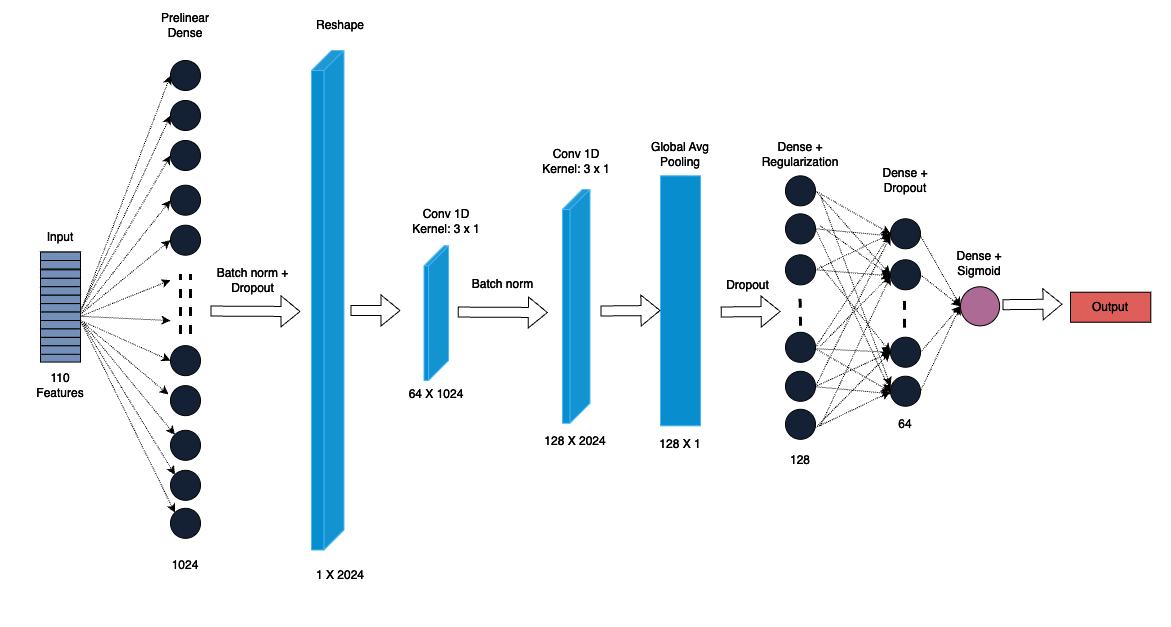
Before: files/cnn_diagram.png, a diagram exported from draw.io (vedantMahangade/DeepLearning-Based-Covid-Metabolomics). Source tidied: cells renumbered, new cells last; positions are measured from the earlier drawing's top-left corner, leaving out a move shared by most shapes.
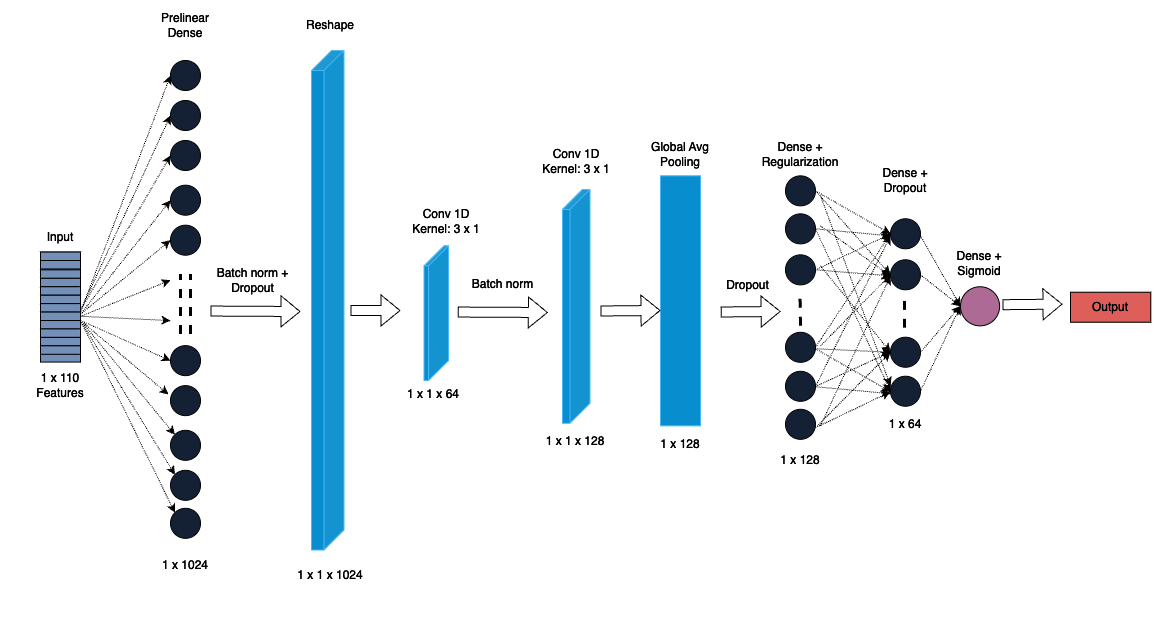
Above is the later version.

Change to the diagram source:
```diff
@@ -11,7 +11,7 @@
     <mxCell id="4" style="shape=cube;whiteSpace=wrap;html=1;boundedLbl=1;backgroundOutline=1;darkOpacity=0.05;darkOpacity2=0.1;rotation=90;fillColor=#1ba1e2;strokeColor=#006EAF;fontColor=#ffffff;" parent="1" vertex="1">
       <mxGeometry x="77.5" y="283.5" width="499.4" height="32.5" as="geometry" />
     </mxCell>
-    <mxCell id="5" value="&lt;font color=&quot;#ffffff&quot;&gt;110 Features&lt;/font&gt;" style="text;html=1;align=center;verticalAlign=middle;whiteSpace=wrap;rounded=0;rotation=0;" parent="1" vertex="1">
+    <mxCell id="5" value="&lt;font color=&quot;#ffffff&quot;&gt;1 x 110 Features&lt;/font&gt;" style="text;html=1;align=center;verticalAlign=middle;whiteSpace=wrap;rounded=0;rotation=0;" parent="1" vertex="1">
       <mxGeometry x="30" y="370" width="60" height="30" as="geometry" />
     </mxCell>
     <mxCell id="6" style="rounded=0;whiteSpace=wrap;html=1;fillColor=#59759E;strokeColor=#FFFFFF;" parent="1" vertex="1">
@@ -144,17 +144,17 @@
     <mxCell id="42" value="&lt;font color=&quot;#ffffff&quot;&gt;Prelinear Dense&lt;/font&gt;" style="text;html=1;align=center;verticalAlign=middle;whiteSpace=wrap;rounded=0;" parent="1" vertex="1">
       <mxGeometry x="155" y="10" width="60" height="30" as="geometry" />
     </mxCell>
-    <mxCell id="43" value="&lt;font color=&quot;#ffffff&quot;&gt;1024&lt;/font&gt;" style="text;html=1;align=center;verticalAlign=middle;whiteSpace=wrap;rounded=0;rotation=0;" parent="1" vertex="1">
+    <mxCell id="43" value="&lt;font color=&quot;#ffffff&quot;&gt;1 x 1024&lt;/font&gt;" style="text;html=1;align=center;verticalAlign=middle;whiteSpace=wrap;rounded=0;rotation=0;" parent="1" vertex="1">
       <mxGeometry x="155" y="550" width="60" height="30" as="geometry" />
     </mxCell>
     <mxCell id="44" value="&lt;font color=&quot;#ffffff&quot;&gt;Batch norm + Dropout&lt;/font&gt;" style="text;html=1;align=center;verticalAlign=middle;whiteSpace=wrap;rounded=0;" parent="1" vertex="1">
       <mxGeometry x="215" y="264.7" width="75" height="30" as="geometry" />
     </mxCell>
     <mxCell id="45" value="&lt;font color=&quot;#ffffff&quot;&gt;Reshape&lt;/font&gt;" style="text;html=1;align=center;verticalAlign=middle;whiteSpace=wrap;rounded=0;" parent="1" vertex="1">
-      <mxGeometry x="309.7" y="10" width="60" height="30" as="geometry" />
+      <mxGeometry x="300" y="10" width="60" height="30" as="geometry" />
     </mxCell>
-    <mxCell id="46" value="&lt;font color=&quot;#ffffff&quot;&gt;1 X 2024&lt;/font&gt;" style="text;html=1;align=center;verticalAlign=middle;whiteSpace=wrap;rounded=0;rotation=0;" parent="1" vertex="1">
-      <mxGeometry x="310" y="560" width="60" height="30" as="geometry" />
+    <mxCell id="46" value="&lt;font color=&quot;#ffffff&quot;&gt;1 x 1 x 1024&lt;/font&gt;" style="text;html=1;align=center;verticalAlign=middle;whiteSpace=wrap;rounded=0;rotation=0;" parent="1" vertex="1">
+      <mxGeometry x="290" y="560" width="80" height="30" as="geometry" />
     </mxCell>
     <mxCell id="47" style="shape=cube;whiteSpace=wrap;html=1;boundedLbl=1;backgroundOutline=1;darkOpacity=0.05;darkOpacity2=0.1;rotation=90;fillColor=#1ba1e2;strokeColor=#006EAF;fontColor=#ffffff;" parent="1" vertex="1">
       <mxGeometry x="368.4" y="300.5" width="134.7" height="24.4" as="geometry" />
@@ -168,8 +168,8 @@
     <mxCell id="49" value="&lt;font color=&quot;#ffffff&quot;&gt;Conv 1D&lt;/font&gt;&lt;div&gt;&lt;font color=&quot;#ffffff&quot;&gt;Kernel: 3 x 1&lt;/font&gt;&lt;/div&gt;" style="text;html=1;align=center;verticalAlign=middle;whiteSpace=wrap;rounded=0;" parent="1" vertex="1">
       <mxGeometry x="405.8" y="206" width="80.3" height="30" as="geometry" />
     </mxCell>
-    <mxCell id="50" value="&lt;font color=&quot;#ffffff&quot;&gt;64 X 1024&lt;/font&gt;" style="text;html=1;align=center;verticalAlign=middle;whiteSpace=wrap;rounded=0;rotation=0;" parent="1" vertex="1">
-      <mxGeometry x="405.8" y="379.4" width="60" height="30" as="geometry" />
+    <mxCell id="50" value="&lt;font color=&quot;#ffffff&quot;&gt;1 x 1 x 64&lt;/font&gt;" style="text;html=1;align=center;verticalAlign=middle;whiteSpace=wrap;rounded=0;rotation=0;" parent="1" vertex="1">
+      <mxGeometry x="400" y="379.4" width="65.8" height="30" as="geometry" />
     </mxCell>
     <mxCell id="51" style="shape=cube;whiteSpace=wrap;html=1;boundedLbl=1;backgroundOutline=1;darkOpacity=0.05;darkOpacity2=0.1;rotation=90;fillColor=#1ba1e2;strokeColor=#006EAF;fontColor=#ffffff;" parent="1" vertex="1">
       <mxGeometry x="458.8" y="292.1" width="233.9" height="27.5" as="geometry" />
@@ -177,7 +177,7 @@
     <mxCell id="52" value="&lt;font color=&quot;#ffffff&quot;&gt;Conv 1D&lt;/font&gt;&lt;div&gt;&lt;font color=&quot;#ffffff&quot;&gt;Kernel: 3 x 1&lt;/font&gt;&lt;/div&gt;" style="text;html=1;align=center;verticalAlign=middle;whiteSpace=wrap;rounded=0;" parent="1" vertex="1">
       <mxGeometry x="535.5" y="146" width="80.3" height="30" as="geometry" />
     </mxCell>
-    <mxCell id="53" value="&lt;font color=&quot;#ffffff&quot;&gt;128 X 2024&lt;/font&gt;" style="text;html=1;align=center;verticalAlign=middle;whiteSpace=wrap;rounded=0;rotation=0;" parent="1" vertex="1">
+    <mxCell id="53" value="&lt;font color=&quot;#ffffff&quot;&gt;1 x 1 x 128&lt;/font&gt;" style="text;html=1;align=center;verticalAlign=middle;whiteSpace=wrap;rounded=0;rotation=0;" parent="1" vertex="1">
       <mxGeometry x="539.9" y="426" width="70.3" height="30" as="geometry" />
     </mxCell>
     <mxCell id="54" style="shape=flexArrow;endArrow=classic;html=1;rounded=0;strokeColor=#FFFFFF;" parent="1" edge="1">
@@ -210,7 +210,7 @@
     <mxCell id="60" value="&lt;font color=&quot;#ffffff&quot;&gt;Dropout&lt;/font&gt;" style="text;html=1;align=center;verticalAlign=middle;whiteSpace=wrap;rounded=0;" parent="1" vertex="1">
       <mxGeometry x="710" y="270.3" width="75" height="30" as="geometry" />
     </mxCell>
-    <mxCell id="61" value="&lt;font color=&quot;#ffffff&quot;&gt;128 X 1&lt;/font&gt;" style="text;html=1;align=center;verticalAlign=middle;whiteSpace=wrap;rounded=0;rotation=0;" parent="1" vertex="1">
+    <mxCell id="61" value="&lt;font color=&quot;#ffffff&quot;&gt;1 x 128&lt;/font&gt;" style="text;html=1;align=center;verticalAlign=middle;whiteSpace=wrap;rounded=0;rotation=0;" parent="1" vertex="1">
       <mxGeometry x="644.8" y="429.2" width="70.3" height="30" as="geometry" />
     </mxCell>
     <mxCell id="62" style="ellipse;whiteSpace=wrap;html=1;fillColor=#D4E1F5;strokeColor=#FFFFFF;" parent="1" vertex="1">
@@ -231,7 +231,7 @@
     <mxCell id="67" style="ellipse;whiteSpace=wrap;html=1;fillColor=#D4E1F5;strokeColor=#FFFFFF;" parent="1" vertex="1">
       <mxGeometry x="785" y="175.3" width="30" height="30" as="geometry" />
     </mxCell>
-    <mxCell id="68" value="&lt;font color=&quot;#ffffff&quot;&gt;128&lt;/font&gt;" style="text;html=1;align=center;verticalAlign=middle;whiteSpace=wrap;rounded=0;rotation=0;" parent="1" vertex="1">
+    <mxCell id="68" value="&lt;font color=&quot;#ffffff&quot;&gt;1 x 128&lt;/font&gt;" style="text;html=1;align=center;verticalAlign=middle;whiteSpace=wrap;rounded=0;rotation=0;" parent="1" vertex="1">
       <mxGeometry x="770" y="445.4" width="60" height="30" as="geometry" />
     </mxCell>
     <mxCell id="69" value="&lt;font color=&quot;#ffffff&quot;&gt;Dense + Regularization&lt;/font&gt;" style="text;html=1;align=center;verticalAlign=middle;whiteSpace=wrap;rounded=0;" parent="1" vertex="1">
@@ -394,7 +394,7 @@
     <mxCell id="104" value="&lt;font color=&quot;#ffffff&quot;&gt;Dense +&lt;/font&gt;&lt;div&gt;&lt;font color=&quot;#ffffff&quot;&gt;Sigmoid&lt;/font&gt;&lt;/div&gt;" style="text;html=1;align=center;verticalAlign=middle;whiteSpace=wrap;rounded=0;" parent="1" vertex="1">
       <mxGeometry x="939.4" y="248.3" width="80.3" height="30" as="geometry" />
     </mxCell>
-    <mxCell id="105" value="&lt;font color=&quot;#ffffff&quot;&gt;64&lt;/font&gt;" style="text;html=1;align=center;verticalAlign=middle;whiteSpace=wrap;rounded=0;rotation=0;" parent="1" vertex="1">
+    <mxCell id="105" value="&lt;font color=&quot;#ffffff&quot;&gt;1 x 64&lt;/font&gt;" style="text;html=1;align=center;verticalAlign=middle;whiteSpace=wrap;rounded=0;rotation=0;" parent="1" vertex="1">
       <mxGeometry x="875" y="408.8" width="60" height="30" as="geometry" />
     </mxCell>
     <mxCell id="106" style="shape=flexArrow;endArrow=classic;html=1;rounded=0;strokeColor=#FFFFFF;" parent="1" edge="1">
```
